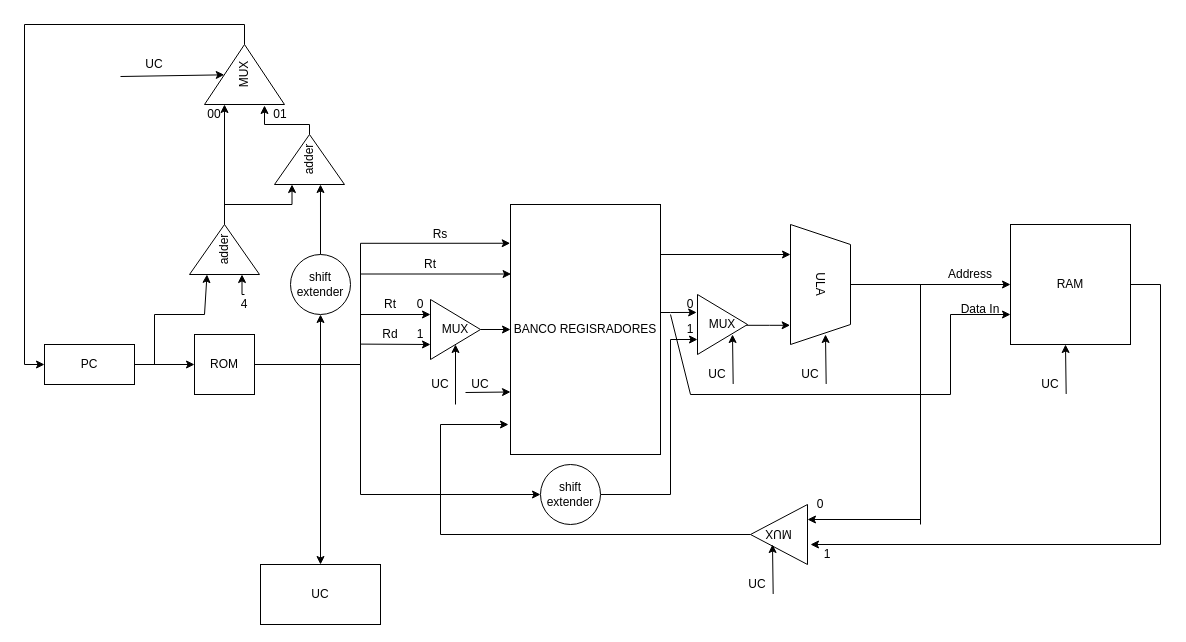
Earlier version of the draw.io diagram mips.drawio (4rfel/mips). Source tidied: cells renumbered, new cells numbered last; positions are measured from the earlier drawing's top-left corner, leaving out a move shared by most shapes. Both pictures are drawn from the tidied source at 100%, with x=0, y=0 at pixel (44, 34).
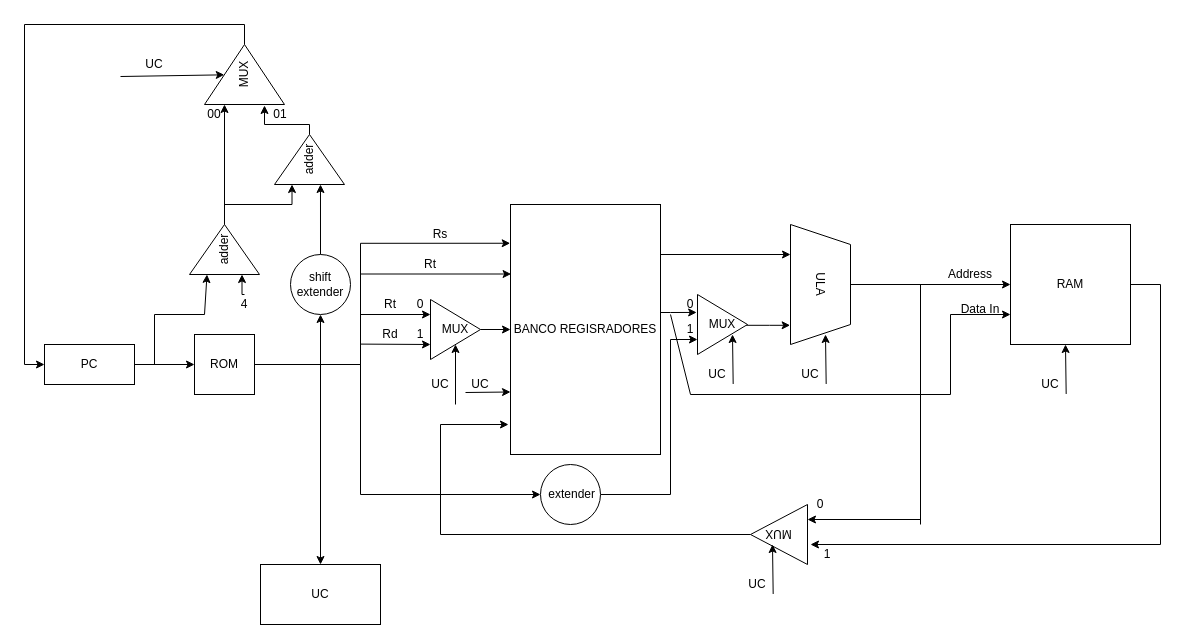
Above is the later version.

Change to the diagram source:
```diff
@@
-    <mxCell id="44" value="shift extender" style="ellipse;whiteSpace=wrap;html=1;" parent="1" vertex="1">
+    <mxCell id="44" value="&amp;nbsp;extender" style="ellipse;whiteSpace=wrap;html=1;" parent="1" vertex="1">
       <mxGeometry x="496" y="430" width="60" height="60" as="geometry" />
     </mxCell>
```
